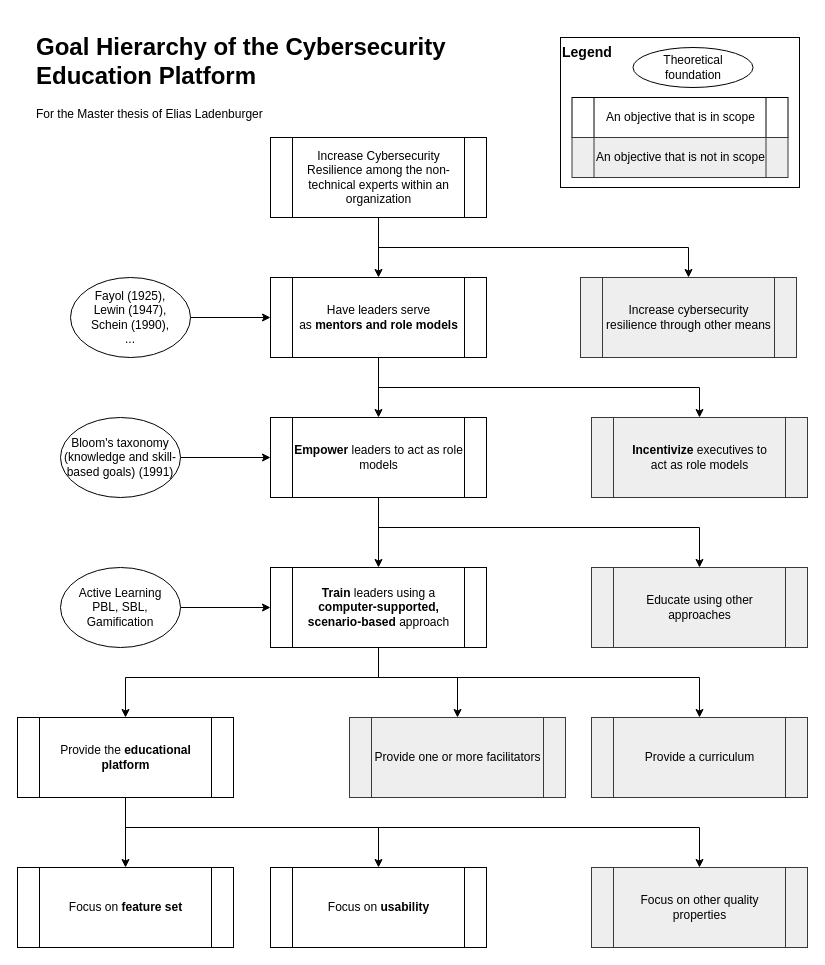
Earlier version of the draw.io diagram artefacts/project-level/diagrams/editable_files/Goal hierarchy EEP.drawio (Elias-Ladenburger/CSEP). Source tidied: cells renumbered, new cells numbered last; positions are measured from the earlier drawing's top-left corner, leaving out a move shared by most shapes. Both pictures are drawn from the tidied source at 100%, with x=0, y=0 at pixel (17, 27).
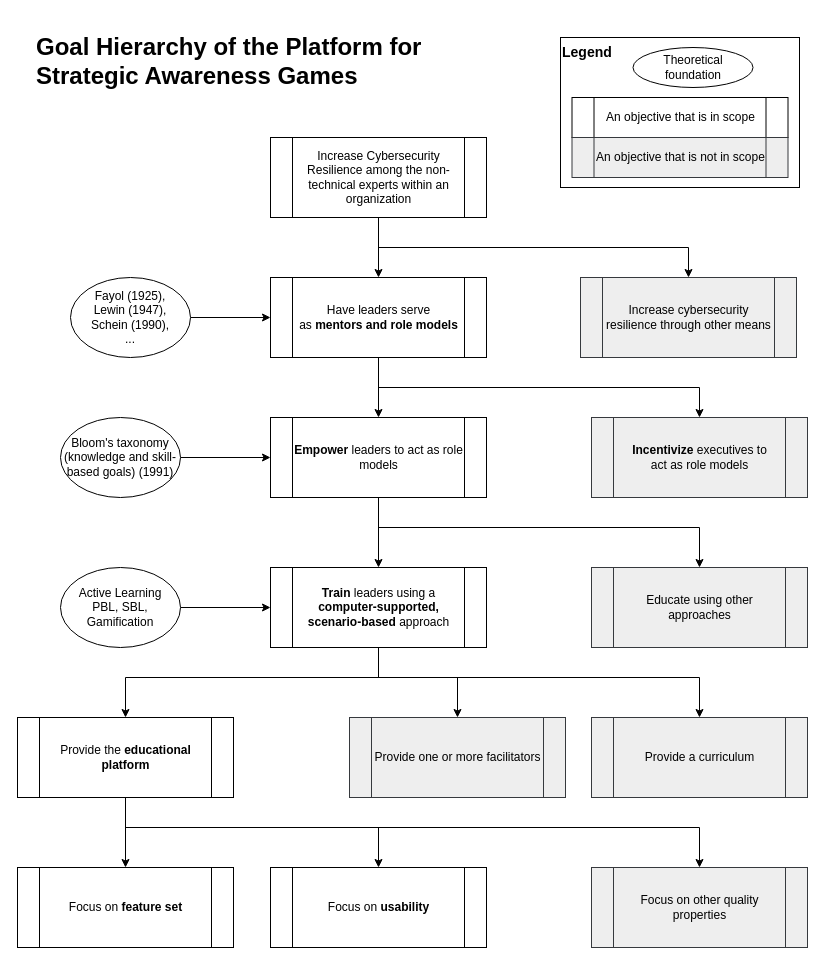
Above is the later version.

Diff of the diagram source:
```diff
@@
-    <mxCell id="33" value="&lt;h1&gt;Goal Hierarchy of the Cybersecurity Education Platform&lt;br&gt;&lt;/h1&gt;&lt;p&gt;For the Master thesis of Elias Ladenburger&lt;br&gt;&lt;/p&gt;" style="text;html=1;strokeColor=none;fillColor=none;spacing=5;spacingTop=-20;whiteSpace=wrap;overflow=hidden;rounded=0;" parent="1" vertex="1">
-      <mxGeometry x="14" width="455" height="120" as="geometry" />
+    <mxCell id="33" value="&lt;h1&gt;Goal Hierarchy of the Platform for Strategic Awareness Games&lt;br&gt;&lt;/h1&gt;" style="text;html=1;strokeColor=none;fillColor=none;spacing=5;spacingTop=-20;whiteSpace=wrap;overflow=hidden;rounded=0;" parent="1" vertex="1">
+      <mxGeometry x="14" width="469" height="120" as="geometry" />
     </mxCell>
```
